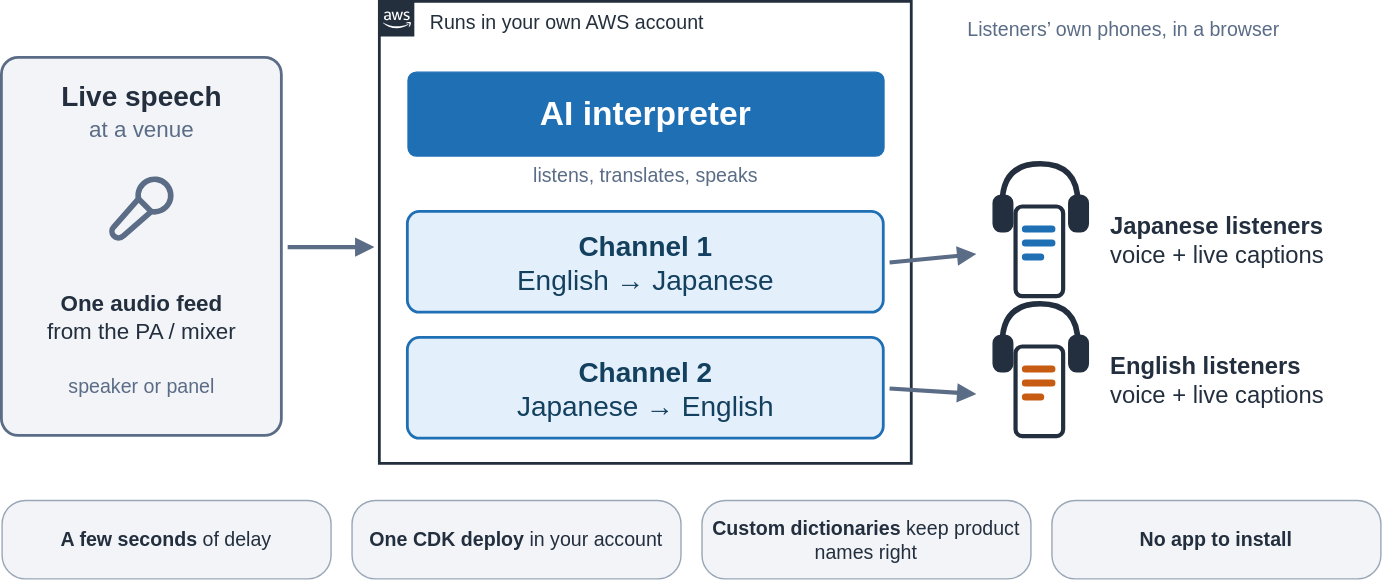
This is docs/overview.drawio.svg from kuu/realtime-speech-interpreter, a draw.io export, as it was before one commit. Source tidied: cells renumbered, new cells last; positions are measured from the earlier drawing's top-left corner, leaving out a move shared by most shapes. The source it was exported from:
```xml
<mxGraphModel background="#ffffff">
  <root>
    <mxCell id="0" />
    <mxCell id="1" parent="0" />
    <mxCell id="2" style="rounded=1;arcSize=6;html=1;fillColor=#F2F4F7;strokeColor=#5A6C86;strokeWidth=2;" parent="1" vertex="1">
      <mxGeometry y="40" width="200" height="270" as="geometry" />
    </mxCell>
    <mxCell id="3" value="Live speech" style="text;html=1;whiteSpace=wrap;verticalAlign=middle;align=center;fontSize=20;fontColor=#232F3E;fontStyle=1;strokeColor=none;fillColor=none;spacing=0;" parent="1" vertex="1">
      <mxGeometry y="52" width="200" height="30" as="geometry" />
    </mxCell>
    <mxCell id="4" value="at a venue" style="text;html=1;whiteSpace=wrap;verticalAlign=middle;align=center;fontSize=16;fontColor=#5A6C86;fontStyle=0;strokeColor=none;fillColor=none;spacing=0;" parent="1" vertex="1">
      <mxGeometry y="78" width="200" height="26" as="geometry" />
    </mxCell>
    <mxCell id="5" style="sketch=0;fontColor=#232F3E;dashed=0;html=1;fontSize=12;gradientColor=none;labelBackgroundColor=#ffffff;align=center;fillColor=none;strokeColor=#5A6C86;shape=(stored shape, 352 characters);strokeWidth=4;" parent="1" vertex="1">
      <mxGeometry x="72" y="120" width="56" height="56" as="geometry" />
    </mxCell>
    <mxCell id="6" value="&lt;b&gt;One audio feed&lt;/b&gt;&lt;br&gt;from the PA / mixer" style="text;html=1;whiteSpace=wrap;verticalAlign=middle;align=center;fontSize=16;fontColor=#232F3E;fontStyle=0;strokeColor=none;fillColor=none;spacing=0;" parent="1" vertex="1">
      <mxGeometry x="10" y="195" width="180" height="60" as="geometry" />
    </mxCell>
    <mxCell id="7" value="speaker or panel" style="text;html=1;whiteSpace=wrap;verticalAlign=middle;align=center;fontSize=14;fontColor=#5A6C86;fontStyle=0;strokeColor=none;fillColor=none;spacing=0;" parent="1" vertex="1">
      <mxGeometry x="10" y="260" width="180" height="30" as="geometry" />
    </mxCell>
    <mxCell id="8" style="endArrow=block;endFill=1;html=1;strokeColor=#5A6C86;strokeWidth=3;" parent="1" edge="1">
      <mxGeometry relative="1" as="geometry">
        <mxPoint x="204" y="175" as="sourcePoint" />
        <mxPoint x="266" y="175" as="targetPoint" />
      </mxGeometry>
    </mxCell>
    <mxCell id="9" value="Runs in your own AWS account" style="gradientColor=none;html=1;whiteSpace=wrap;fontSize=14;verticalAlign=top;align=left;spacingLeft=34;shape=mxgraph.aws4.group;grIcon=mxgraph.aws4.group_aws_cloud_alt;strokeColor=#232F3D;fillColor=none;fontColor=#232F3D;dashed=0;fontStyle=0;strokeWidth=2;" parent="1" vertex="1">
      <mxGeometry x="270" width="380" height="330" as="geometry" />
    </mxCell>
    <mxCell id="10" value="AI interpreter" style="rounded=1;arcSize=10;html=1;whiteSpace=wrap;fillColor=#1F6FB5;strokeColor=#1F6FB5;fontColor=#ffffff;fontSize=24;fontStyle=1;" parent="1" vertex="1">
      <mxGeometry x="290" y="50" width="340" height="60" as="geometry" />
    </mxCell>
    <mxCell id="11" value="listens, translates, speaks" style="text;html=1;whiteSpace=wrap;verticalAlign=middle;align=center;fontSize=14;fontColor=#5A6C86;fontStyle=0;strokeColor=none;fillColor=none;spacing=0;" parent="1" vertex="1">
      <mxGeometry x="290" y="112" width="340" height="24" as="geometry" />
    </mxCell>
    <mxCell id="12" value="&lt;b&gt;Channel 1&lt;/b&gt;&lt;br&gt;English → Japanese" style="rounded=1;arcSize=12;html=1;whiteSpace=wrap;fillColor=#E3EFFA;strokeColor=#1F6FB5;strokeWidth=2;fontColor=#14405F;fontSize=20;" parent="1" vertex="1">
      <mxGeometry x="290" y="150" width="340" height="72" as="geometry" />
    </mxCell>
    <mxCell id="13" value="&lt;b&gt;Channel 2&lt;/b&gt;&lt;br&gt;Japanese → English" style="rounded=1;arcSize=12;html=1;whiteSpace=wrap;fillColor=#E3EFFA;strokeColor=#1F6FB5;strokeWidth=2;fontColor=#14405F;fontSize=20;" parent="1" vertex="1">
      <mxGeometry x="290" y="240" width="340" height="72" as="geometry" />
    </mxCell>
    <mxCell id="14" style="endArrow=block;endFill=1;html=1;strokeColor=#5A6C86;strokeWidth=3;" parent="1" edge="1">
      <mxGeometry relative="1" as="geometry">
        <mxPoint x="634" y="186" as="sourcePoint" />
        <mxPoint x="696" y="180" as="targetPoint" />
      </mxGeometry>
    </mxCell>
    <mxCell id="15" style="endArrow=block;endFill=1;html=1;strokeColor=#5A6C86;strokeWidth=3;" parent="1" edge="1">
      <mxGeometry relative="1" as="geometry">
        <mxPoint x="634" y="276" as="sourcePoint" />
        <mxPoint x="696" y="280" as="targetPoint" />
      </mxGeometry>
    </mxCell>
    <mxCell id="16" value="Listeners’ own phones, in a browser" style="text;html=1;whiteSpace=wrap;verticalAlign=middle;align=left;fontSize=14;fontColor=#5A6C86;fontStyle=0;strokeColor=none;fillColor=none;spacing=0;" parent="1" vertex="1">
      <mxGeometry x="690" width="290" height="40" as="geometry" />
    </mxCell>
    <mxCell id="17" style="curved=1;endArrow=none;html=1;strokeColor=#232F3E;strokeWidth=4;" parent="1" edge="1">
      <mxGeometry relative="1" as="geometry">
        <mxPoint x="715" y="144" as="sourcePoint" />
        <mxPoint x="769" y="144" as="targetPoint" />
        <Array as="points">
          <mxPoint x="715" y="116" />
          <mxPoint x="769" y="116" />
        </Array>
      </mxGeometry>
    </mxCell>
    <mxCell id="18" style="rounded=1;arcSize=40;html=1;fillColor=#232F3E;strokeColor=#232F3E;" parent="1" vertex="1">
      <mxGeometry x="708" y="138" width="14" height="26" as="geometry" />
    </mxCell>
    <mxCell id="19" style="rounded=1;arcSize=40;html=1;fillColor=#232F3E;strokeColor=#232F3E;" parent="1" vertex="1">
      <mxGeometry x="762" y="138" width="14" height="26" as="geometry" />
    </mxCell>
    <mxCell id="20" style="rounded=1;arcSize=14;html=1;fillColor=#ffffff;strokeColor=#232F3E;strokeWidth=3;" parent="1" vertex="1">
      <mxGeometry x="724" y="146" width="34" height="64" as="geometry" />
    </mxCell>
    <mxCell id="21" style="rounded=1;arcSize=50;html=1;fillColor=#1F6FB5;strokeColor=none;" parent="1" vertex="1">
      <mxGeometry x="729" y="160" width="24" height="5" as="geometry" />
    </mxCell>
    <mxCell id="22" style="rounded=1;arcSize=50;html=1;fillColor=#1F6FB5;strokeColor=none;" parent="1" vertex="1">
      <mxGeometry x="729" y="170" width="24" height="5" as="geometry" />
    </mxCell>
    <mxCell id="23" style="rounded=1;arcSize=50;html=1;fillColor=#1F6FB5;strokeColor=none;" parent="1" vertex="1">
      <mxGeometry x="729" y="180" width="16" height="5" as="geometry" />
    </mxCell>
    <mxCell id="24" value="&lt;b&gt;Japanese listeners&lt;/b&gt;&lt;br&gt;voice + live captions" style="text;html=1;whiteSpace=wrap;verticalAlign=middle;align=left;fontSize=17;fontColor=#232F3E;fontStyle=0;strokeColor=none;fillColor=none;spacing=0;" parent="1" vertex="1">
      <mxGeometry x="792" y="136" width="190" height="70" as="geometry" />
    </mxCell>
    <mxCell id="25" style="curved=1;endArrow=none;html=1;strokeColor=#232F3E;strokeWidth=4;" parent="1" edge="1">
      <mxGeometry relative="1" as="geometry">
        <mxPoint x="715" y="244" as="sourcePoint" />
        <mxPoint x="769" y="244" as="targetPoint" />
        <Array as="points">
          <mxPoint x="715" y="216" />
          <mxPoint x="769" y="216" />
        </Array>
      </mxGeometry>
    </mxCell>
    <mxCell id="26" style="rounded=1;arcSize=40;html=1;fillColor=#232F3E;strokeColor=#232F3E;" parent="1" vertex="1">
      <mxGeometry x="708" y="238" width="14" height="26" as="geometry" />
    </mxCell>
    <mxCell id="27" style="rounded=1;arcSize=40;html=1;fillColor=#232F3E;strokeColor=#232F3E;" parent="1" vertex="1">
      <mxGeometry x="762" y="238" width="14" height="26" as="geometry" />
    </mxCell>
    <mxCell id="28" style="rounded=1;arcSize=14;html=1;fillColor=#ffffff;strokeColor=#232F3E;strokeWidth=3;" parent="1" vertex="1">
      <mxGeometry x="724" y="246" width="34" height="64" as="geometry" />
    </mxCell>
    <mxCell id="29" style="rounded=1;arcSize=50;html=1;fillColor=#C75B12;strokeColor=none;" parent="1" vertex="1">
      <mxGeometry x="729" y="260" width="24" height="5" as="geometry" />
    </mxCell>
    <mxCell id="30" style="rounded=1;arcSize=50;html=1;fillColor=#C75B12;strokeColor=none;" parent="1" vertex="1">
      <mxGeometry x="729" y="270" width="24" height="5" as="geometry" />
    </mxCell>
    <mxCell id="31" style="rounded=1;arcSize=50;html=1;fillColor=#C75B12;strokeColor=none;" parent="1" vertex="1">
      <mxGeometry x="729" y="280" width="16" height="5" as="geometry" />
    </mxCell>
    <mxCell id="32" value="&lt;b&gt;English listeners&lt;/b&gt;&lt;br&gt;voice + live captions" style="text;html=1;whiteSpace=wrap;verticalAlign=middle;align=left;fontSize=17;fontColor=#232F3E;fontStyle=0;strokeColor=none;fillColor=none;spacing=0;" parent="1" vertex="1">
      <mxGeometry x="792" y="236" width="190" height="70" as="geometry" />
    </mxCell>
    <mxCell id="33" value="&lt;b&gt;A few seconds&lt;/b&gt; of delay" style="rounded=1;arcSize=30;html=1;whiteSpace=wrap;fillColor=#F2F4F7;strokeColor=#9AA7B8;fontColor=#232F3E;fontSize=14;" parent="1" vertex="1">
      <mxGeometry y="356" width="235" height="56" as="geometry" />
    </mxCell>
    <mxCell id="34" value="&lt;b&gt;One CDK deploy&lt;/b&gt; in your account" style="rounded=1;arcSize=30;html=1;whiteSpace=wrap;fillColor=#F2F4F7;strokeColor=#9AA7B8;fontColor=#232F3E;fontSize=14;" parent="1" vertex="1">
      <mxGeometry x="250" y="356" width="235" height="56" as="geometry" />
    </mxCell>
    <mxCell id="35" value="&lt;b&gt;Custom dictionaries&lt;/b&gt; keep product names right" style="rounded=1;arcSize=30;html=1;whiteSpace=wrap;fillColor=#F2F4F7;strokeColor=#9AA7B8;fontColor=#232F3E;fontSize=14;" parent="1" vertex="1">
      <mxGeometry x="500" y="356" width="235" height="56" as="geometry" />
    </mxCell>
    <mxCell id="36" value="&lt;b&gt;No app to install&lt;/b&gt;" style="rounded=1;arcSize=30;html=1;whiteSpace=wrap;fillColor=#F2F4F7;strokeColor=#9AA7B8;fontColor=#232F3E;fontSize=14;" parent="1" vertex="1">
      <mxGeometry x="750" y="356" width="235" height="56" as="geometry" />
    </mxCell>
  </root>
</mxGraphModel>
```
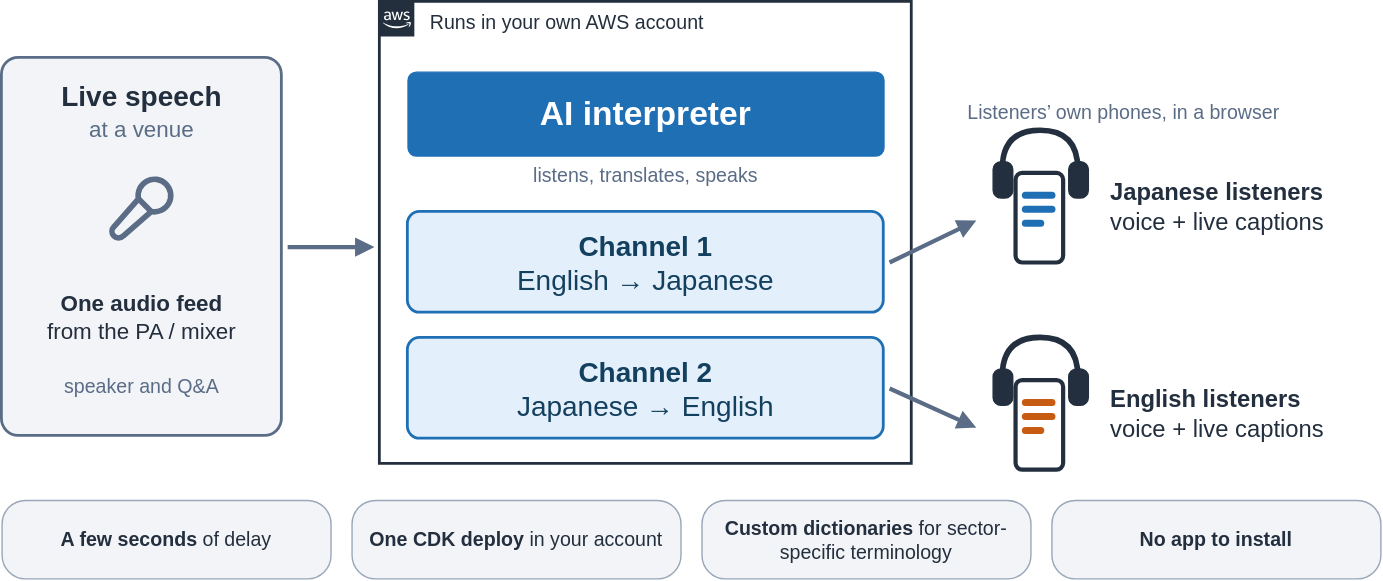
After the change.

Commit message:
docs(overview): phone spacing, caption next to phones, wording

Change to the diagram source:
```diff
@@ -17,7 +17,7 @@
     <mxCell id="6" value="&lt;b&gt;One audio feed&lt;/b&gt;&lt;br&gt;from the PA / mixer" style="text;html=1;whiteSpace=wrap;verticalAlign=middle;align=center;fontSize=16;fontColor=#232F3E;fontStyle=0;strokeColor=none;fillColor=none;spacing=0;" parent="1" vertex="1">
       <mxGeometry x="10" y="195" width="180" height="60" as="geometry" />
     </mxCell>
-    <mxCell id="7" value="speaker or panel" style="text;html=1;whiteSpace=wrap;verticalAlign=middle;align=center;fontSize=14;fontColor=#5A6C86;fontStyle=0;strokeColor=none;fillColor=none;spacing=0;" parent="1" vertex="1">
+    <mxCell id="7" value="speaker and Q&amp;A" style="text;html=1;whiteSpace=wrap;verticalAlign=middle;align=center;fontSize=14;fontColor=#5A6C86;fontStyle=0;strokeColor=none;fillColor=none;spacing=0;" parent="1" vertex="1">
       <mxGeometry x="10" y="260" width="180" height="30" as="geometry" />
     </mxCell>
     <mxCell id="8" style="endArrow=block;endFill=1;html=1;strokeColor=#5A6C86;strokeWidth=3;" parent="1" edge="1">
@@ -44,79 +44,79 @@
     <mxCell id="14" style="endArrow=block;endFill=1;html=1;strokeColor=#5A6C86;strokeWidth=3;" parent="1" edge="1">
       <mxGeometry relative="1" as="geometry">
         <mxPoint x="634" y="186" as="sourcePoint" />
-        <mxPoint x="696" y="180" as="targetPoint" />
+        <mxPoint x="696" y="156" as="targetPoint" />
       </mxGeometry>
     </mxCell>
     <mxCell id="15" style="endArrow=block;endFill=1;html=1;strokeColor=#5A6C86;strokeWidth=3;" parent="1" edge="1">
       <mxGeometry relative="1" as="geometry">
         <mxPoint x="634" y="276" as="sourcePoint" />
-        <mxPoint x="696" y="280" as="targetPoint" />
+        <mxPoint x="696" y="304" as="targetPoint" />
       </mxGeometry>
     </mxCell>
     <mxCell id="16" value="Listeners’ own phones, in a browser" style="text;html=1;whiteSpace=wrap;verticalAlign=middle;align=left;fontSize=14;fontColor=#5A6C86;fontStyle=0;strokeColor=none;fillColor=none;spacing=0;" parent="1" vertex="1">
-      <mxGeometry x="690" width="290" height="40" as="geometry" />
+      <mxGeometry x="690" y="64" width="290" height="30" as="geometry" />
     </mxCell>
     <mxCell id="17" style="curved=1;endArrow=none;html=1;strokeColor=#232F3E;strokeWidth=4;" parent="1" edge="1">
       <mxGeometry relative="1" as="geometry">
-        <mxPoint x="715" y="144" as="sourcePoint" />
-        <mxPoint x="769" y="144" as="targetPoint" />
+        <mxPoint x="715" y="120" as="sourcePoint" />
+        <mxPoint x="769" y="120" as="targetPoint" />
         <Array as="points">
-          <mxPoint x="715" y="116" />
-          <mxPoint x="769" y="116" />
+          <mxPoint x="715" y="92" />
+          <mxPoint x="769" y="92" />
         </Array>
       </mxGeometry>
     </mxCell>
     <mxCell id="18" style="rounded=1;arcSize=40;html=1;fillColor=#232F3E;strokeColor=#232F3E;" parent="1" vertex="1">
-      <mxGeometry x="708" y="138" width="14" height="26" as="geometry" />
+      <mxGeometry x="708" y="114" width="14" height="26" as="geometry" />
     </mxCell>
     <mxCell id="19" style="rounded=1;arcSize=40;html=1;fillColor=#232F3E;strokeColor=#232F3E;" parent="1" vertex="1">
-      <mxGeometry x="762" y="138" width="14" height="26" as="geometry" />
+      <mxGeometry x="762" y="114" width="14" height="26" as="geometry" />
     </mxCell>
     <mxCell id="20" style="rounded=1;arcSize=14;html=1;fillColor=#ffffff;strokeColor=#232F3E;strokeWidth=3;" parent="1" vertex="1">
-      <mxGeometry x="724" y="146" width="34" height="64" as="geometry" />
+      <mxGeometry x="724" y="122" width="34" height="64" as="geometry" />
     </mxCell>
     <mxCell id="21" style="rounded=1;arcSize=50;html=1;fillColor=#1F6FB5;strokeColor=none;" parent="1" vertex="1">
-      <mxGeometry x="729" y="160" width="24" height="5" as="geometry" />
+      <mxGeometry x="729" y="136" width="24" height="5" as="geometry" />
     </mxCell>
     <mxCell id="22" style="rounded=1;arcSize=50;html=1;fillColor=#1F6FB5;strokeColor=none;" parent="1" vertex="1">
-      <mxGeometry x="729" y="170" width="24" height="5" as="geometry" />
+      <mxGeometry x="729" y="146" width="24" height="5" as="geometry" />
     </mxCell>
     <mxCell id="23" style="rounded=1;arcSize=50;html=1;fillColor=#1F6FB5;strokeColor=none;" parent="1" vertex="1">
-      <mxGeometry x="729" y="180" width="16" height="5" as="geometry" />
+      <mxGeometry x="729" y="156" width="16" height="5" as="geometry" />
     </mxCell>
     <mxCell id="24" value="&lt;b&gt;Japanese listeners&lt;/b&gt;&lt;br&gt;voice + live captions" style="text;html=1;whiteSpace=wrap;verticalAlign=middle;align=left;fontSize=17;fontColor=#232F3E;fontStyle=0;strokeColor=none;fillColor=none;spacing=0;" parent="1" vertex="1">
-      <mxGeometry x="792" y="136" width="190" height="70" as="geometry" />
+      <mxGeometry x="792" y="112" width="190" height="70" as="geometry" />
     </mxCell>
     <mxCell id="25" style="curved=1;endArrow=none;html=1;strokeColor=#232F3E;strokeWidth=4;" parent="1" edge="1">
       <mxGeometry relative="1" as="geometry">
-        <mxPoint x="715" y="244" as="sourcePoint" />
-        <mxPoint x="769" y="244" as="targetPoint" />
+        <mxPoint x="715" y="268" as="sourcePoint" />
+        <mxPoint x="769" y="268" as="targetPoint" />
         <Array as="points">
-          <mxPoint x="715" y="216" />
-          <mxPoint x="769" y="216" />
+          <mxPoint x="715" y="240" />
+          <mxPoint x="769" y="240" />
         </Array>
       </mxGeometry>
     </mxCell>
     <mxCell id="26" style="rounded=1;arcSize=40;html=1;fillColor=#232F3E;strokeColor=#232F3E;" parent="1" vertex="1">
-      <mxGeometry x="708" y="238" width="14" height="26" as="geometry" />
+      <mxGeometry x="708" y="262" width="14" height="26" as="geometry" />
     </mxCell>
     <mxCell id="27" style="rounded=1;arcSize=40;html=1;fillColor=#232F3E;strokeColor=#232F3E;" parent="1" vertex="1">
-      <mxGeometry x="762" y="238" width="14" height="26" as="geometry" />
+      <mxGeometry x="762" y="262" width="14" height="26" as="geometry" />
     </mxCell>
     <mxCell id="28" style="rounded=1;arcSize=14;html=1;fillColor=#ffffff;strokeColor=#232F3E;strokeWidth=3;" parent="1" vertex="1">
-      <mxGeometry x="724" y="246" width="34" height="64" as="geometry" />
+      <mxGeometry x="724" y="270" width="34" height="64" as="geometry" />
     </mxCell>
     <mxCell id="29" style="rounded=1;arcSize=50;html=1;fillColor=#C75B12;strokeColor=none;" parent="1" vertex="1">
-      <mxGeometry x="729" y="260" width="24" height="5" as="geometry" />
+      <mxGeometry x="729" y="284" width="24" height="5" as="geometry" />
     </mxCell>
     <mxCell id="30" style="rounded=1;arcSize=50;html=1;fillColor=#C75B12;strokeColor=none;" parent="1" vertex="1">
-      <mxGeometry x="729" y="270" width="24" height="5" as="geometry" />
+      <mxGeometry x="729" y="294" width="24" height="5" as="geometry" />
     </mxCell>
     <mxCell id="31" style="rounded=1;arcSize=50;html=1;fillColor=#C75B12;strokeColor=none;" parent="1" vertex="1">
-      <mxGeometry x="729" y="280" width="16" height="5" as="geometry" />
+      <mxGeometry x="729" y="304" width="16" height="5" as="geometry" />
     </mxCell>
     <mxCell id="32" value="&lt;b&gt;English listeners&lt;/b&gt;&lt;br&gt;voice + live captions" style="text;html=1;whiteSpace=wrap;verticalAlign=middle;align=left;fontSize=17;fontColor=#232F3E;fontStyle=0;strokeColor=none;fillColor=none;spacing=0;" parent="1" vertex="1">
-      <mxGeometry x="792" y="236" width="190" height="70" as="geometry" />
+      <mxGeometry x="792" y="260" width="190" height="70" as="geometry" />
     </mxCell>
     <mxCell id="33" value="&lt;b&gt;A few seconds&lt;/b&gt; of delay" style="rounded=1;arcSize=30;html=1;whiteSpace=wrap;fillColor=#F2F4F7;strokeColor=#9AA7B8;fontColor=#232F3E;fontSize=14;" parent="1" vertex="1">
       <mxGeometry y="356" width="235" height="56" as="geometry" />
@@ -124,7 +124,7 @@
     <mxCell id="34" value="&lt;b&gt;One CDK deploy&lt;/b&gt; in your account" style="rounded=1;arcSize=30;html=1;whiteSpace=wrap;fillColor=#F2F4F7;strokeColor=#9AA7B8;fontColor=#232F3E;fontSize=14;" parent="1" vertex="1">
       <mxGeometry x="250" y="356" width="235" height="56" as="geometry" />
     </mxCell>
-    <mxCell id="35" value="&lt;b&gt;Custom dictionaries&lt;/b&gt; keep product names right" style="rounded=1;arcSize=30;html=1;whiteSpace=wrap;fillColor=#F2F4F7;strokeColor=#9AA7B8;fontColor=#232F3E;fontSize=14;" parent="1" vertex="1">
+    <mxCell id="35" value="&lt;b&gt;Custom dictionaries&lt;/b&gt; for sector-specific terminology" style="rounded=1;arcSize=30;html=1;whiteSpace=wrap;fillColor=#F2F4F7;strokeColor=#9AA7B8;fontColor=#232F3E;fontSize=14;" parent="1" vertex="1">
       <mxGeometry x="500" y="356" width="235" height="56" as="geometry" />
     </mxCell>
     <mxCell id="36" value="&lt;b&gt;No app to install&lt;/b&gt;" style="rounded=1;arcSize=30;html=1;whiteSpace=wrap;fillColor=#F2F4F7;strokeColor=#9AA7B8;fontColor=#232F3E;fontSize=14;" parent="1" vertex="1">
```
